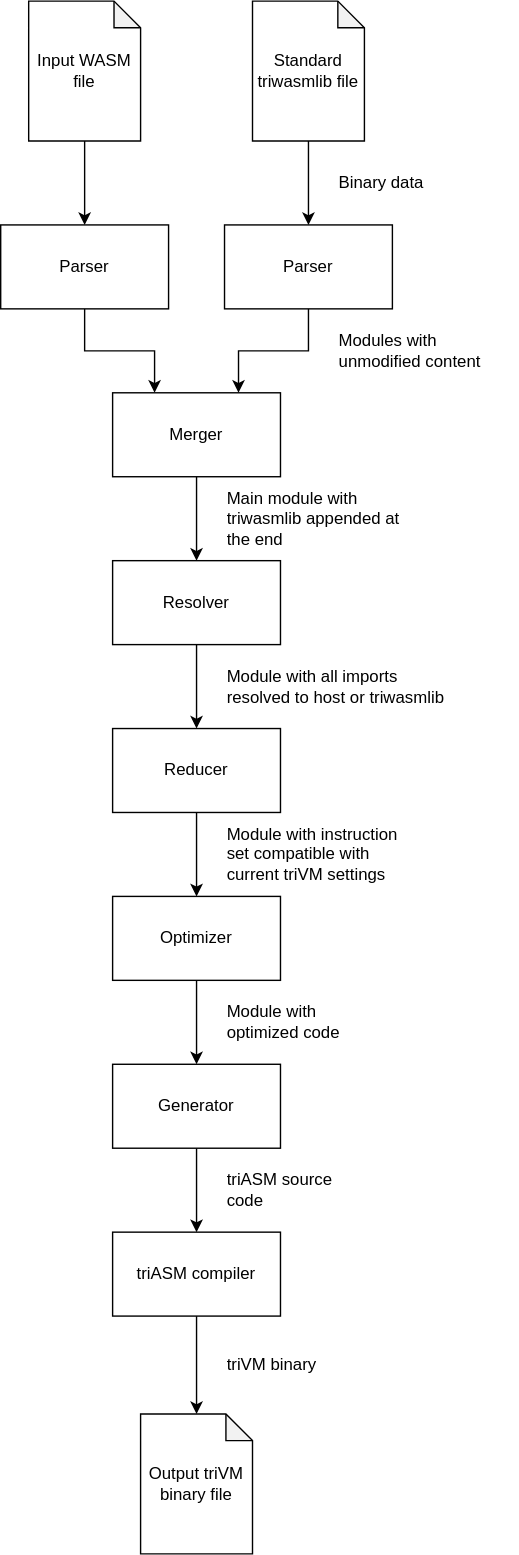
Above: doc/Flow.drawio.svg in kildom/triwasm (draw.io), before the change. Source tidied: cells renumbered, new cells last; positions are measured from the earlier drawing's top-left corner, leaving out a move shared by most shapes.
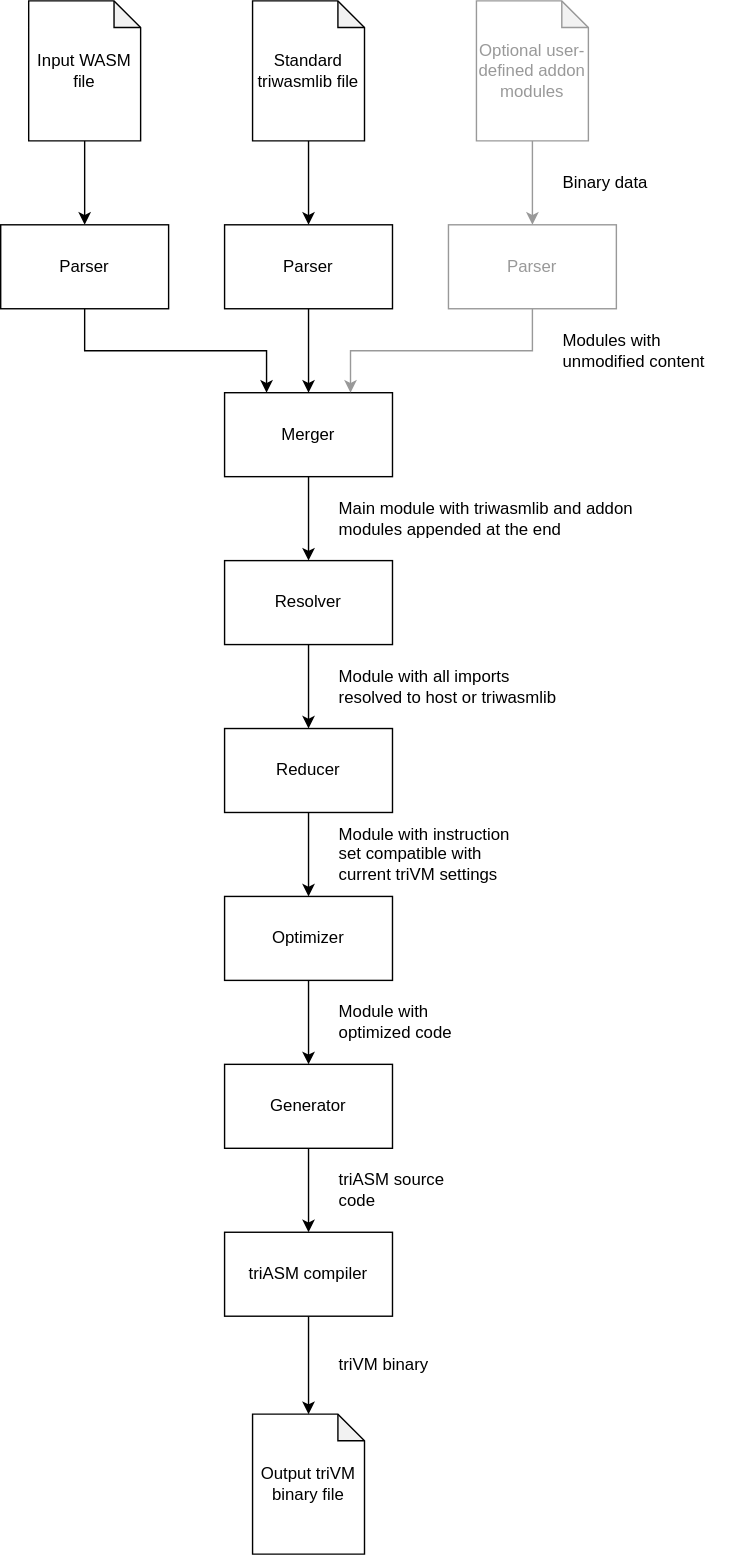
After the change.

Change to the diagram source:
```diff
@@ -6,25 +6,25 @@
       <mxGeometry relative="1" as="geometry" />
     </mxCell>
     <mxCell id="3" value="Input WASM file" style="shape=note;whiteSpace=wrap;html=1;backgroundOutline=1;darkOpacity=0.05;size=19;" parent="1" vertex="1">
-      <mxGeometry x="20" width="80" height="100" as="geometry" />
+      <mxGeometry x="-60" width="80" height="100" as="geometry" />
     </mxCell>
     <mxCell id="4" style="edgeStyle=orthogonalEdgeStyle;rounded=0;jettySize=auto;html=1;exitX=0.5;exitY=1;exitDx=0;exitDy=0;entryX=0.25;entryY=0;entryDx=0;entryDy=0;" parent="1" edge="1" source="5" target="11">
       <mxGeometry relative="1" as="geometry" />
     </mxCell>
     <mxCell id="5" value="Parser" style="whiteSpace=wrap;html=1;" parent="1" vertex="1">
-      <mxGeometry y="160" width="120" height="60" as="geometry" />
+      <mxGeometry x="-80" y="160" width="120" height="60" as="geometry" />
     </mxCell>
     <mxCell id="6" style="edgeStyle=orthogonalEdgeStyle;rounded=0;jettySize=auto;html=1;exitX=0.5;exitY=1;exitDx=0;exitDy=0;exitPerimeter=0;entryX=0.5;entryY=0;entryDx=0;entryDy=0;" parent="1" edge="1" source="7" target="9">
       <mxGeometry relative="1" as="geometry" />
     </mxCell>
     <mxCell id="7" value="Standard triwasmlib file" style="shape=note;whiteSpace=wrap;html=1;backgroundOutline=1;darkOpacity=0.05;size=19;" parent="1" vertex="1">
-      <mxGeometry x="180" width="80" height="100" as="geometry" />
+      <mxGeometry x="100" width="80" height="100" as="geometry" />
     </mxCell>
-    <mxCell id="8" style="edgeStyle=orthogonalEdgeStyle;rounded=0;jettySize=auto;html=1;exitX=0.5;exitY=1;exitDx=0;exitDy=0;entryX=0.75;entryY=0;entryDx=0;entryDy=0;" parent="1" edge="1" source="9" target="11">
+    <mxCell id="8" style="edgeStyle=orthogonalEdgeStyle;rounded=0;jettySize=auto;html=1;exitX=0.5;exitY=1;exitDx=0;exitDy=0;entryX=0.5;entryY=0;entryDx=0;entryDy=0;" parent="1" edge="1" source="9" target="11">
       <mxGeometry relative="1" as="geometry" />
     </mxCell>
     <mxCell id="9" value="Parser" style="whiteSpace=wrap;html=1;" parent="1" vertex="1">
-      <mxGeometry x="160" y="160" width="120" height="60" as="geometry" />
+      <mxGeometry x="80" y="160" width="120" height="60" as="geometry" />
     </mxCell>
     <mxCell id="10" style="edgeStyle=orthogonalEdgeStyle;rounded=0;jettySize=auto;html=1;exitX=0.5;exitY=1;exitDx=0;exitDy=0;entryX=0.5;entryY=0;entryDx=0;entryDy=0;" parent="1" edge="1" source="11" target="15">
       <mxGeometry relative="1" as="geometry" />
@@ -33,10 +33,10 @@
       <mxGeometry x="80" y="280" width="120" height="60" as="geometry" />
     </mxCell>
     <mxCell id="12" value="Binary data" style="text;html=1;strokeColor=none;fillColor=none;align=left;verticalAlign=middle;whiteSpace=wrap;rounded=0;" parent="1" vertex="1">
-      <mxGeometry x="240" y="100" width="90" height="60" as="geometry" />
+      <mxGeometry x="320" y="100" width="90" height="60" as="geometry" />
     </mxCell>
     <mxCell id="13" value="Modules with unmodified content" style="text;html=1;strokeColor=none;fillColor=none;align=left;verticalAlign=middle;whiteSpace=wrap;rounded=0;" parent="1" vertex="1">
-      <mxGeometry x="240" y="220" width="130" height="60" as="geometry" />
+      <mxGeometry x="320" y="220" width="130" height="60" as="geometry" />
     </mxCell>
     <mxCell id="14" style="edgeStyle=orthogonalEdgeStyle;rounded=0;jettySize=auto;html=1;" parent="1" edge="1" source="15" target="18">
       <mxGeometry relative="1" as="geometry" />
@@ -44,8 +44,8 @@
     <mxCell id="15" value="Resolver" style="whiteSpace=wrap;html=1;" parent="1" vertex="1">
       <mxGeometry x="80" y="400" width="120" height="60" as="geometry" />
     </mxCell>
-    <mxCell id="16" value="Main module with triwasmlib appended at the end" style="text;html=1;strokeColor=none;fillColor=none;align=left;verticalAlign=middle;whiteSpace=wrap;rounded=0;" parent="1" vertex="1">
-      <mxGeometry x="160" y="340" width="140" height="60" as="geometry" />
+    <mxCell id="16" value="Main module with triwasmlib and addon modules appended at the end" style="text;html=1;strokeColor=none;fillColor=none;align=left;verticalAlign=middle;whiteSpace=wrap;rounded=0;" parent="1" vertex="1">
+      <mxGeometry x="160" y="340" width="230" height="60" as="geometry" />
     </mxCell>
     <mxCell id="17" style="edgeStyle=orthogonalEdgeStyle;rounded=0;jettySize=auto;html=1;" parent="1" edge="1" source="18" target="21">
       <mxGeometry relative="1" as="geometry" />
@@ -89,5 +89,17 @@
     <mxCell id="30" value="triVM binary" style="text;html=1;strokeColor=none;fillColor=none;align=left;verticalAlign=middle;whiteSpace=wrap;rounded=0;" parent="1" vertex="1">
       <mxGeometry x="160" y="940" width="80" height="70" as="geometry" />
     </mxCell>
+    <mxCell id="31" style="edgeStyle=orthogonalEdgeStyle;rounded=0;jettySize=auto;html=1;exitX=0.5;exitY=1;exitDx=0;exitDy=0;exitPerimeter=0;entryX=0.5;entryY=0;entryDx=0;entryDy=0;strokeColor=#999999;" parent="1" edge="1" source="32" target="34">
+      <mxGeometry relative="1" as="geometry" />
+    </mxCell>
+    <mxCell id="32" value="Optional user-defined addon modules" style="shape=note;whiteSpace=wrap;html=1;backgroundOutline=1;darkOpacity=0.05;size=19;strokeColor=#999999;fontColor=#999999;" parent="1" vertex="1">
+      <mxGeometry x="260" width="80" height="100" as="geometry" />
+    </mxCell>
+    <mxCell id="33" style="edgeStyle=orthogonalEdgeStyle;rounded=0;jettySize=auto;html=1;exitX=0.5;exitY=1;exitDx=0;exitDy=0;entryX=0.75;entryY=0;entryDx=0;entryDy=0;fontColor=#999999;strokeColor=#999999;" parent="1" edge="1" source="34" target="11">
+      <mxGeometry relative="1" as="geometry" />
+    </mxCell>
+    <mxCell id="34" value="Parser" style="whiteSpace=wrap;html=1;fontColor=#999999;strokeColor=#999999;" parent="1" vertex="1">
+      <mxGeometry x="240" y="160" width="120" height="60" as="geometry" />
+    </mxCell>
   </root>
 </mxGraphModel>
```
